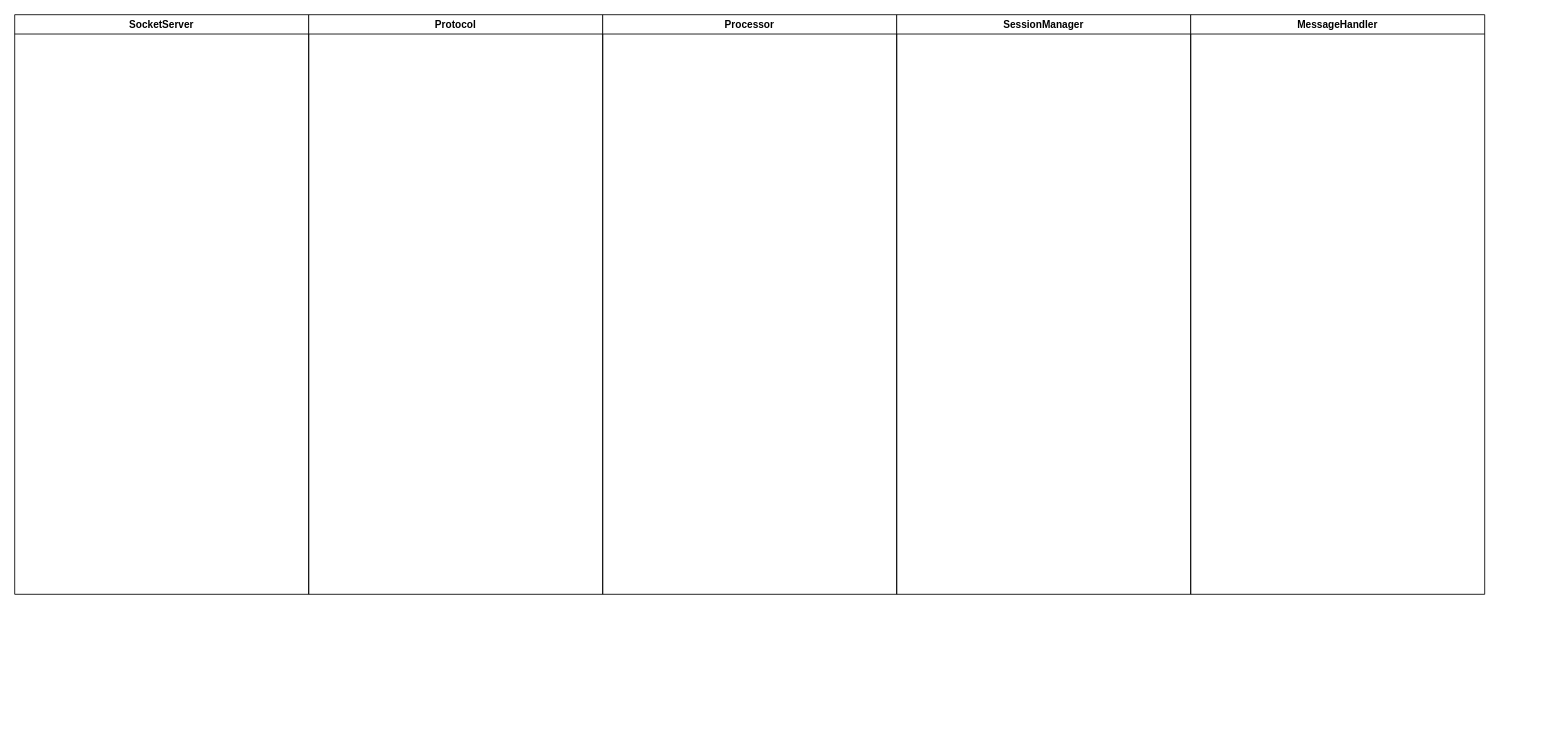
Earlier version of the draw.io diagram log_caputure_system.drawio (luodongseu/diagrams). Source tidied: cells renumbered, new cells numbered last; positions are measured from the earlier drawing's top-left corner, leaving out a move shared by most shapes. Both pictures are drawn from the tidied source at 84%, with x=0, y=0 at pixel (14, 14).
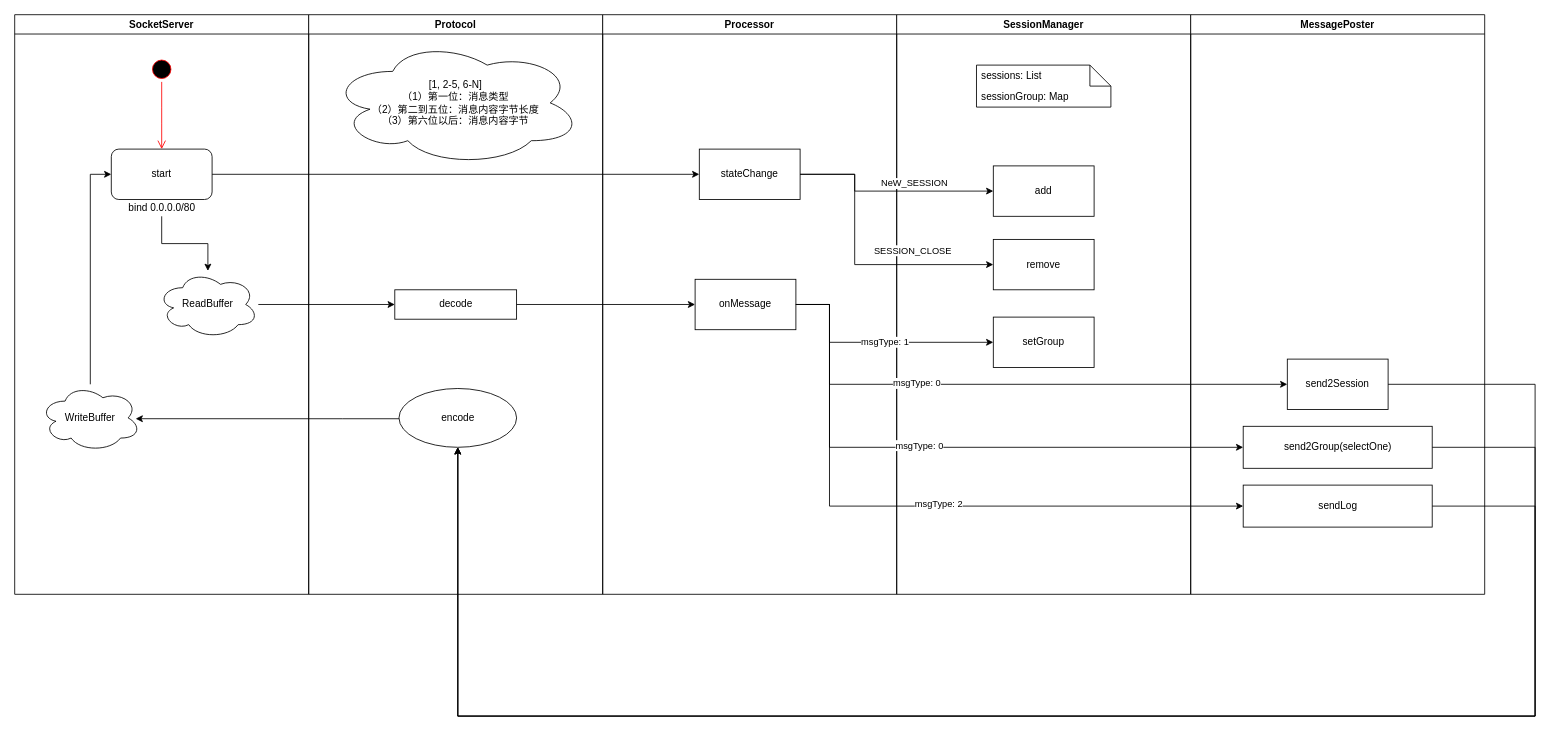
The same diagram, later.

The change refers to these unchanged cells:
```xml
<mxCell id="2" value="SocketServer" style="swimlane;startSize=23;" parent="1" vertex="1">
  <mxGeometry width="350" height="690" as="geometry" />
</mxCell>
<mxCell id="3" value="Protocol" style="swimlane;startSize=23;" parent="1" vertex="1">
  <mxGeometry x="350" width="350" height="690" as="geometry" />
</mxCell>
<mxCell id="4" value="Processor" style="swimlane;startSize=23;" parent="1" vertex="1">
  <mxGeometry x="700" width="350" height="690" as="geometry" />
</mxCell>
<mxCell id="5" value="SessionManager" style="swimlane;startSize=23;" parent="1" vertex="1">
  <mxGeometry x="1050" width="350" height="690" as="geometry" />
</mxCell>
```

What changed in the source:
```diff
@@
+    <mxCell id="7" value="start" style="rounded=1;whiteSpace=wrap;html=1;" parent="2" vertex="1">
+      <mxGeometry x="115" y="160" width="120" height="60" as="geometry" />
+    </mxCell>
+    <mxCell id="8" style="ellipse;html=1;shape=startState;fillColor=#000000;strokeColor=#ff0000;" parent="2" vertex="1">
+      <mxGeometry x="160" y="50" width="30" height="30" as="geometry" />
+    </mxCell>
+    <mxCell id="9" style="edgeStyle=orthogonalEdgeStyle;html=1;verticalAlign=bottom;endArrow=open;endSize=8;strokeColor=#ff0000;" parent="2" edge="1" source="8">
+      <mxGeometry relative="1" as="geometry">
+        <mxPoint x="175" y="160" as="targetPoint" />
+      </mxGeometry>
+    </mxCell>
+    <mxCell id="10" value="bind 0.0.0.0/80" style="text;html=1;align=center;verticalAlign=middle;points=[];" parent="2" vertex="1">
+      <mxGeometry x="130" y="220" width="90" height="20" as="geometry" />
+    </mxCell>
+    <mxCell id="11" value="ReadBuffer" style="ellipse;shape=cloud;whiteSpace=wrap;html=1;" parent="2" vertex="1">
+      <mxGeometry x="170" y="305" width="120" height="80" as="geometry" />
+    </mxCell>
+    <mxCell id="12" style="edgeStyle=orthogonalEdgeStyle;rounded=0;jettySize=auto;html=1;" parent="2" edge="1" source="10" target="11">
+      <mxGeometry relative="1" as="geometry" />
+    </mxCell>
+    <mxCell id="13" style="edgeStyle=orthogonalEdgeStyle;rounded=0;jettySize=auto;html=1;entryX=0;entryY=0.5;entryDx=0;entryDy=0;" parent="2" edge="1" source="14" target="7">
+      <mxGeometry relative="1" as="geometry" />
+    </mxCell>
+    <mxCell id="14" value="WriteBuffer" style="ellipse;shape=cloud;whiteSpace=wrap;html=1;" parent="2" vertex="1">
+      <mxGeometry x="30" y="440" width="120" height="80" as="geometry" />
+    </mxCell>
@@
+    <mxCell id="15" value="decode" style="rounded=0;whiteSpace=wrap;html=1;" parent="3" vertex="1">
+      <mxGeometry x="102.5" y="327.5" width="145" height="35" as="geometry" />
+    </mxCell>
+    <mxCell id="16" value="encode" style="ellipse;whiteSpace=wrap;html=1;" parent="3" vertex="1">
+      <mxGeometry x="107.5" y="445" width="140" height="70" as="geometry" />
+    </mxCell>
+    <mxCell id="17" value="[1, 2-5, 6-N]&lt;br&gt;（1）第一位：消息类型&lt;br&gt;（2）第二到五位：消息内容字节长度&lt;br&gt;（3）第六位以后：消息内容字节" style="ellipse;shape=cloud;whiteSpace=wrap;html=1;rounded=0;" parent="3" vertex="1">
+      <mxGeometry x="25" y="30" width="300" height="150" as="geometry" />
+    </mxCell>
@@
+    <mxCell id="18" value="onMessage" style="whiteSpace=wrap;html=1;rounded=0;" parent="4" vertex="1">
+      <mxGeometry x="110" y="315" width="120" height="60" as="geometry" />
+    </mxCell>
+    <mxCell id="19" value="stateChange" style="whiteSpace=wrap;html=1;rounded=0;" parent="4" vertex="1">
+      <mxGeometry x="115" y="160" width="120" height="60" as="geometry" />
+    </mxCell>
@@
+    <mxCell id="20" value="add" style="whiteSpace=wrap;html=1;rounded=0;" parent="5" vertex="1">
+      <mxGeometry x="115" y="180" width="120" height="60" as="geometry" />
+    </mxCell>
+    <mxCell id="21" value="remove" style="whiteSpace=wrap;html=1;rounded=0;" parent="5" vertex="1">
+      <mxGeometry x="115" y="267.5" width="120" height="60" as="geometry" />
+    </mxCell>
+    <mxCell id="22" value="setGroup" style="whiteSpace=wrap;html=1;rounded=0;" parent="5" vertex="1">
+      <mxGeometry x="115" y="360" width="120" height="60" as="geometry" />
+    </mxCell>
+    <mxCell id="23" style="shape=note2;size=25;html=1;" parent="5" vertex="1">
+      <mxGeometry x="95" y="60" width="160" height="50" as="geometry" />
+    </mxCell>
+    <mxCell id="24" value="sessions: List" style="text;html=1;strokeColor=none;fillColor=none;align=left;verticalAlign=middle;spacingLeft=4;spacingRight=4;overflow=hidden;" parent="23" vertex="1">
+      <mxGeometry width="160" height="25" as="geometry" />
+    </mxCell>
+    <mxCell id="25" value="sessionGroup: Map" style="text;html=1;strokeColor=none;fillColor=none;align=left;verticalAlign=middle;spacingLeft=4;spacingRight=4;overflow=hidden;" parent="23" vertex="1">
+      <mxGeometry y="25" width="160" height="25" as="geometry" />
+    </mxCell>
-    <mxCell id="6" value="MessageHandler" style="swimlane;startSize=23;" parent="1" vertex="1">
+    <mxCell id="6" value="MessagePoster" style="swimlane;startSize=23;" parent="1" vertex="1">
       <mxGeometry x="1400" width="350" height="690" as="geometry" />
     </mxCell>
+    <mxCell id="26" value="send2Session" style="whiteSpace=wrap;html=1;rounded=0;" parent="6" vertex="1">
+      <mxGeometry x="115" y="410" width="120" height="60" as="geometry" />
+    </mxCell>
+    <mxCell id="27" value="send2Group(selectOne)" style="whiteSpace=wrap;html=1;rounded=0;" parent="6" vertex="1">
+      <mxGeometry x="62.5" y="490" width="225" height="50" as="geometry" />
+    </mxCell>
+    <mxCell id="28" value="sendLog" style="whiteSpace=wrap;html=1;rounded=0;" parent="6" vertex="1">
+      <mxGeometry x="62.5" y="560" width="225" height="50" as="geometry" />
+    </mxCell>
+    <mxCell id="29" style="edgeStyle=orthogonalEdgeStyle;rounded=0;jettySize=auto;html=1;" parent="1" edge="1" source="11" target="15">
+      <mxGeometry relative="1" as="geometry" />
+    </mxCell>
+    <mxCell id="30" style="edgeStyle=orthogonalEdgeStyle;rounded=0;jettySize=auto;html=1;entryX=0;entryY=0.5;entryDx=0;entryDy=0;" parent="1" edge="1" source="18" target="22">
+      <mxGeometry relative="1" as="geometry">
+        <Array as="points">
+          <mxPoint x="970" y="345" />
+          <mxPoint x="970" y="390" />
+        </Array>
+      </mxGeometry>
+    </mxCell>
+    <mxCell id="31" value="msgType: 1" style="edgeLabel;html=1;align=center;verticalAlign=middle;" parent="30" vertex="1">
+      <mxGeometry x="0.07" y="1" relative="1" as="geometry" />
+    </mxCell>
+    <mxCell id="32" style="edgeStyle=orthogonalEdgeStyle;rounded=0;jettySize=auto;html=1;" parent="1" edge="1" source="15" target="18">
+      <mxGeometry relative="1" as="geometry" />
+    </mxCell>
+    <mxCell id="33" style="edgeStyle=orthogonalEdgeStyle;rounded=0;jettySize=auto;html=1;entryX=0;entryY=0.5;entryDx=0;entryDy=0;" parent="1" edge="1" source="18" target="27">
+      <mxGeometry relative="1" as="geometry">
+        <Array as="points">
+          <mxPoint x="970" y="345" />
+          <mxPoint x="970" y="515" />
+        </Array>
+      </mxGeometry>
+    </mxCell>
+    <mxCell id="34" value="msgType: 0" style="edgeLabel;html=1;align=center;verticalAlign=middle;" parent="33" vertex="1">
+      <mxGeometry x="-0.1" y="3" relative="1" as="geometry" />
+    </mxCell>
+    <mxCell id="35" style="edgeStyle=orthogonalEdgeStyle;rounded=0;jettySize=auto;html=1;entryX=0;entryY=0.5;entryDx=0;entryDy=0;" parent="1" edge="1" source="18" target="26">
+      <mxGeometry relative="1" as="geometry">
+        <Array as="points">
+          <mxPoint x="970" y="345" />
+          <mxPoint x="970" y="440" />
+        </Array>
+      </mxGeometry>
+    </mxCell>
+    <mxCell id="36" value="msgType: 0" style="edgeLabel;html=1;align=center;verticalAlign=middle;" parent="35" vertex="1">
+      <mxGeometry x="-0.3" y="2" relative="1" as="geometry" />
+    </mxCell>
+    <mxCell id="37" style="edgeStyle=orthogonalEdgeStyle;rounded=0;jettySize=auto;html=1;entryX=0;entryY=0.5;entryDx=0;entryDy=0;" parent="1" edge="1" source="18" target="28">
+      <mxGeometry relative="1" as="geometry">
+        <Array as="points">
+          <mxPoint x="970" y="345" />
+          <mxPoint x="970" y="585" />
+        </Array>
+      </mxGeometry>
+    </mxCell>
+    <mxCell id="38" value="msgType: 2" style="edgeLabel;html=1;align=center;verticalAlign=middle;" parent="37" vertex="1">
+      <mxGeometry x="0.06" y="3" relative="1" as="geometry" />
+    </mxCell>
+    <mxCell id="39" style="edgeStyle=orthogonalEdgeStyle;rounded=0;jettySize=auto;html=1;entryX=0.5;entryY=1;entryDx=0;entryDy=0;" parent="1" edge="1" source="26" target="16">
+      <mxGeometry relative="1" as="geometry">
+        <Array as="points">
+          <mxPoint x="1810" y="440" />
+          <mxPoint x="1810" y="835" />
+          <mxPoint x="528" y="835" />
+        </Array>
+      </mxGeometry>
+    </mxCell>
+    <mxCell id="40" style="edgeStyle=orthogonalEdgeStyle;rounded=0;jettySize=auto;html=1;" parent="1" edge="1" source="27" target="16">
+      <mxGeometry relative="1" as="geometry">
+        <Array as="points">
+          <mxPoint x="1810" y="515" />
+          <mxPoint x="1810" y="835" />
+        </Array>
+      </mxGeometry>
+    </mxCell>
+    <mxCell id="41" style="edgeStyle=orthogonalEdgeStyle;rounded=0;jettySize=auto;html=1;" parent="1" edge="1" source="28" target="16">
+      <mxGeometry relative="1" as="geometry">
+        <Array as="points">
+          <mxPoint x="1810" y="585" />
+          <mxPoint x="1810" y="835" />
+        </Array>
+      </mxGeometry>
+    </mxCell>
+    <mxCell id="42" style="edgeStyle=orthogonalEdgeStyle;rounded=0;jettySize=auto;html=1;" parent="1" edge="1" source="7" target="19">
+      <mxGeometry relative="1" as="geometry" />
+    </mxCell>
+    <mxCell id="43" style="edgeStyle=orthogonalEdgeStyle;rounded=0;jettySize=auto;html=1;" parent="1" edge="1" source="19" target="20">
+      <mxGeometry relative="1" as="geometry">
+        <Array as="points">
+          <mxPoint x="1000" y="190" />
+          <mxPoint x="1000" y="210" />
+        </Array>
+      </mxGeometry>
+    </mxCell>
+    <mxCell id="44" value="NeW_SESSION" style="edgeLabel;html=1;align=center;verticalAlign=middle;" parent="43" vertex="1">
+      <mxGeometry x="-0.13" y="-1" relative="1" as="geometry">
+        <mxPoint x="46" y="-11" as="offset" />
+      </mxGeometry>
+    </mxCell>
+    <mxCell id="45" style="edgeStyle=orthogonalEdgeStyle;rounded=0;jettySize=auto;html=1;entryX=0;entryY=0.5;entryDx=0;entryDy=0;" parent="1" edge="1" source="19" target="21">
+      <mxGeometry relative="1" as="geometry">
+        <Array as="points">
+          <mxPoint x="1000" y="190" />
+          <mxPoint x="1000" y="298" />
+        </Array>
+      </mxGeometry>
+    </mxCell>
+    <mxCell id="46" value="SESSION_CLOSE" style="edgeLabel;html=1;align=center;verticalAlign=middle;" parent="45" vertex="1">
+      <mxGeometry x="0.43" y="1" relative="1" as="geometry">
+        <mxPoint y="-16.5" as="offset" />
+      </mxGeometry>
+    </mxCell>
+    <mxCell id="47" style="edgeStyle=orthogonalEdgeStyle;rounded=0;jettySize=auto;html=1;entryX=0.95;entryY=0.512;entryDx=0;entryDy=0;entryPerimeter=0;" parent="1" edge="1" source="16" target="14">
+      <mxGeometry relative="1" as="geometry">
+        <Array as="points">
+          <mxPoint x="390" y="481" />
+          <mxPoint x="390" y="481" />
+        </Array>
+      </mxGeometry>
+    </mxCell>
```
